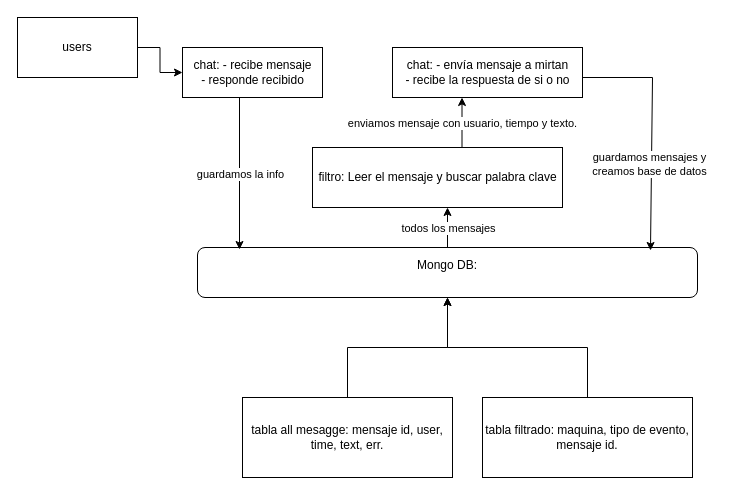
Before: Diagrama sin título.drawio in PrincesoDan/aplicacionservel, a draw.io diagram. Source tidied: cells renumbered, new cells numbered last; positions are measured from the earlier drawing's top-left corner, leaving out a move shared by most shapes. Both pictures are drawn from the tidied source at 100%, with x=0, y=0 at pixel (17, 17).
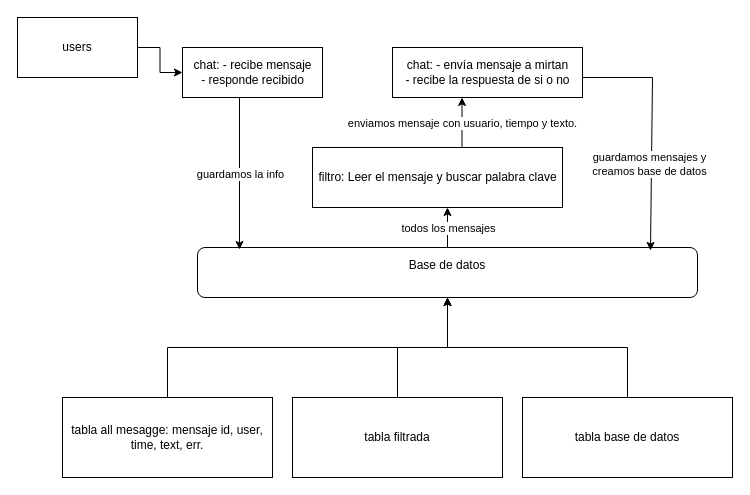
Above is the later version.

Change to the diagram source:
```diff
@@
-    <mxCell id="2" value="Mongo DB: &lt;div&gt;&lt;br/&gt;&lt;/div&gt;" style="rounded=1;whiteSpace=wrap;html=1;" parent="1" vertex="1">
+    <mxCell id="2" value="Base de datos&lt;br&gt;&lt;div&gt;&lt;br&gt;&lt;/div&gt;" style="rounded=1;whiteSpace=wrap;html=1;" parent="1" vertex="1">
       <mxGeometry x="180" y="230" width="500" height="50" as="geometry" />
     </mxCell>
@@
     <mxCell id="10" value="tabla all mesagge: mensaje id, user, time, text, err." style="rounded=0;whiteSpace=wrap;html=1;" parent="1" vertex="1">
-      <mxGeometry x="225" y="380" width="210" height="80" as="geometry" />
+      <mxGeometry x="45" y="380" width="210" height="80" as="geometry" />
     </mxCell>
@@
-    <mxCell id="12" value="tabla filtrado: maquina, tipo de evento, mensaje id. " style="rounded=0;whiteSpace=wrap;html=1;" parent="1" vertex="1">
-      <mxGeometry x="465" y="380" width="210" height="80" as="geometry" />
+    <mxCell id="12" value="tabla filtrada" style="rounded=0;whiteSpace=wrap;html=1;" parent="1" vertex="1">
+      <mxGeometry x="275" y="380" width="210" height="80" as="geometry" />
     </mxCell>
@@
+    <mxCell id="20" style="edgeStyle=orthogonalEdgeStyle;rounded=0;jettySize=auto;html=1;" parent="1" edge="1" source="21" target="2">
+      <mxGeometry relative="1" as="geometry" />
+    </mxCell>
+    <mxCell id="21" value="tabla base de datos" style="rounded=0;whiteSpace=wrap;html=1;" parent="1" vertex="1">
+      <mxGeometry x="505" y="380" width="210" height="80" as="geometry" />
+    </mxCell>
```
